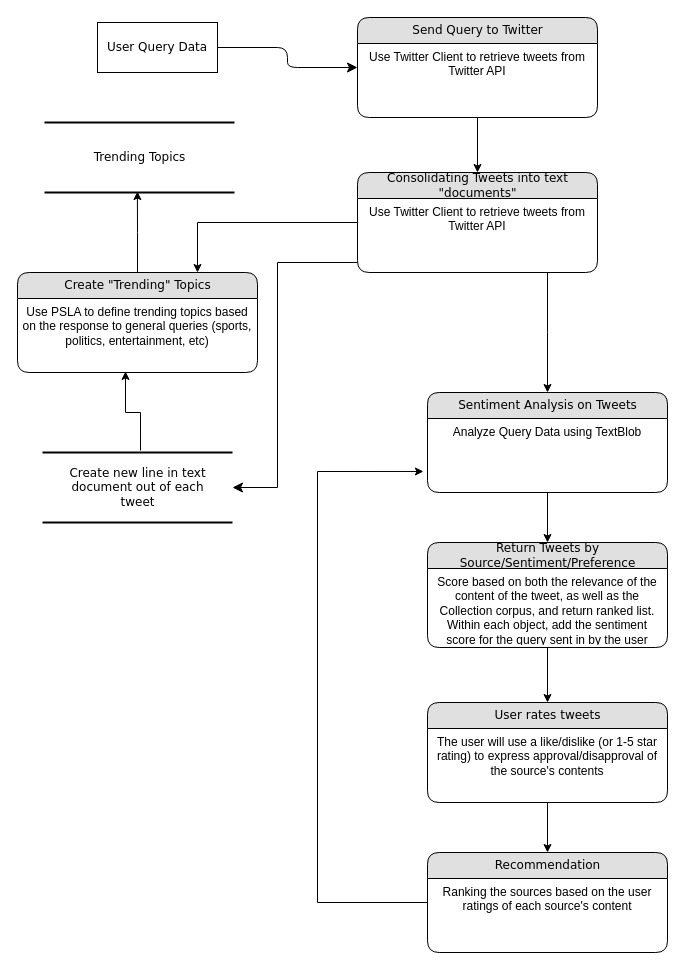
Above: page "Page-1" (1 of 2) of .docs/Arch+Process Dia.drawio in PeterWJefferson/CourseProject (draw.io), before the change. Source tidied: cells renumbered, new cells numbered last; positions are measured from the earlier drawing's top-left corner, leaving out a move shared by most shapes. Both pictures are drawn from the tidied source at 100%, with x=0, y=0 at pixel (17, 17).
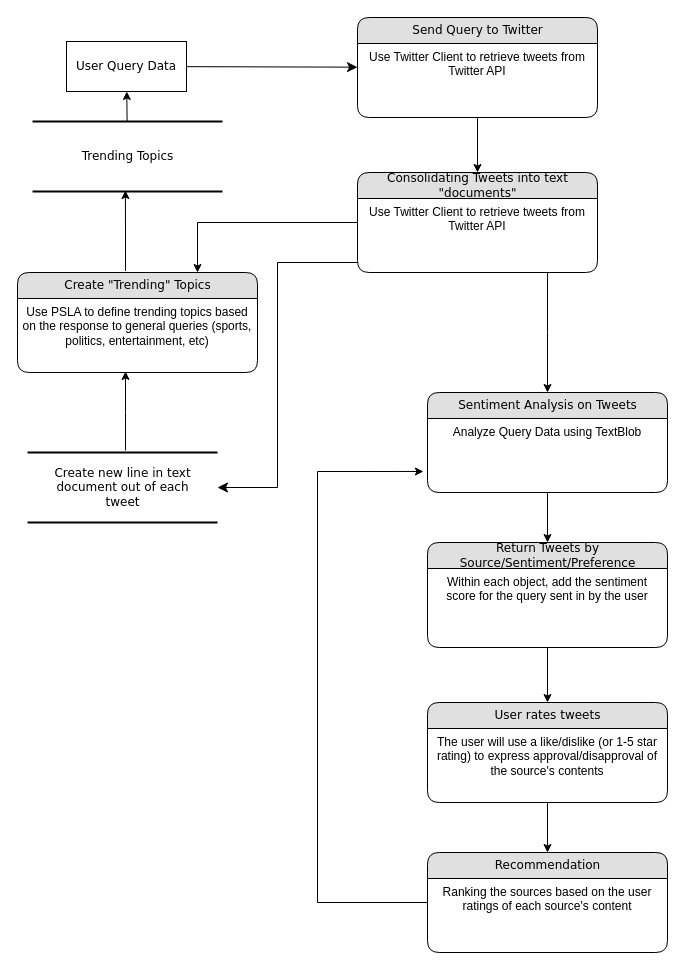
After the change.

The change refers to these unchanged cells:
```xml
<mxCell id="8" value="Send Query to Twitter" style="swimlane;html=1;fontStyle=0;horizontal=1;startSize=26;fillColor=#e0e0e0;swimlaneFillColor=#ffffff;align=center;rounded=1;shadow=0;comic=0;labelBackgroundColor=none;strokeWidth=1;fontFamily=Verdana;fontSize=12;" parent="1" vertex="1">
  <mxGeometry x="340" width="240" height="100" as="geometry" />
</mxCell>
<mxCell id="14" value="Return Tweets by&lt;br&gt;Source/Sentiment/Preference" style="swimlane;html=1;fontStyle=0;horizontal=1;startSize=26;fillColor=#e0e0e0;swimlaneFillColor=#ffffff;align=center;rounded=1;shadow=0;comic=0;labelBackgroundColor=none;strokeWidth=1;fontFamily=Verdana;fontSize=12;" parent="1" vertex="1">
  <mxGeometry x="410" y="525" width="240" height="105" as="geometry" />
</mxCell>
<mxCell id="27" value="Create &quot;Trending&quot; Topics" style="swimlane;html=1;fontStyle=0;horizontal=1;startSize=26;fillColor=#e0e0e0;swimlaneFillColor=#ffffff;align=center;rounded=1;shadow=0;comic=0;labelBackgroundColor=none;strokeWidth=1;fontFamily=Verdana;fontSize=12;" parent="1" vertex="1">
  <mxGeometry y="255" width="240" height="100" as="geometry" />
</mxCell>
```

Diff of the diagram source:
```diff
@@
     <mxCell id="3" value="Create new line in text&lt;br&gt;document out of each&lt;br&gt;tweet" style="html=1;rounded=0;shadow=0;comic=0;labelBackgroundColor=none;strokeWidth=2;fontFamily=Verdana;fontSize=12;align=center;shape=mxgraph.ios7ui.horLines;" parent="1" vertex="1">
-      <mxGeometry x="25" y="435" width="190" height="70" as="geometry" />
+      <mxGeometry x="10" y="435" width="190" height="70" as="geometry" />
     </mxCell>
-    <mxCell id="4" style="edgeStyle=orthogonalEdgeStyle;html=1;labelBackgroundColor=none;startFill=0;startSize=8;endFill=1;endSize=8;fontFamily=Verdana;fontSize=12;" parent="1" edge="1" source="5" target="8">
+    <mxCell id="4" style="html=1;labelBackgroundColor=none;startFill=0;startSize=8;endFill=1;endSize=8;fontFamily=Verdana;fontSize=12;" parent="1" edge="1" source="5" target="8">
       <mxGeometry relative="1" as="geometry" />
     </mxCell>
+    <mxCell id="30" style="edgeStyle=none;html=1;startArrow=classic;startFill=1;endArrow=none;endFill=0;" parent="1" edge="1" source="5" target="29">
+      <mxGeometry relative="1" as="geometry" />
+    </mxCell>
     <mxCell id="5" value="User Query Data" style="whiteSpace=wrap;html=1;rounded=0;shadow=0;comic=0;labelBackgroundColor=none;strokeWidth=1;fontFamily=Verdana;fontSize=12;align=center;" parent="1" vertex="1">
-      <mxGeometry x="80" y="5" width="120" height="50" as="geometry" />
+      <mxGeometry x="49" y="24" width="120" height="50" as="geometry" />
     </mxCell>
@@
-    <mxCell id="15" value="Score based on both the relevance of the content of the tweet, as well as the Collection corpus, and return ranked list. Within each object, add the sentiment score for the query sent in by the user" style="text;html=1;strokeColor=none;fillColor=none;spacingLeft=4;spacingRight=4;whiteSpace=wrap;overflow=hidden;align=center;" parent="14" vertex="1">
+    <mxCell id="15" value="Within each object, add the sentiment score for the query sent in by the user" style="text;html=1;strokeColor=none;fillColor=none;spacingLeft=4;spacingRight=4;whiteSpace=wrap;overflow=hidden;align=center;" parent="14" vertex="1">
       <mxGeometry y="26" width="240" height="74" as="geometry" />
     </mxCell>
@@
-    <mxCell id="26" style="edgeStyle=orthogonalEdgeStyle;rounded=0;jettySize=auto;html=1;entryX=0.489;entryY=0.986;entryDx=0;entryDy=0;entryPerimeter=0;" parent="1" edge="1" source="27" target="29">
+    <mxCell id="26" style="edgeStyle=orthogonalEdgeStyle;rounded=0;jettySize=auto;html=1;entryX=0.489;entryY=0.986;entryDx=0;entryDy=0;entryPerimeter=0;exitX=0.45;exitY=-0.015;exitDx=0;exitDy=0;exitPerimeter=0;" parent="1" edge="1" source="27" target="29">
       <mxGeometry relative="1" as="geometry" />
     </mxCell>
@@
     <mxCell id="29" value="Trending Topics" style="html=1;rounded=0;shadow=0;comic=0;labelBackgroundColor=none;strokeWidth=2;fontFamily=Verdana;fontSize=12;align=center;shape=mxgraph.ios7ui.horLines;" parent="1" vertex="1">
-      <mxGeometry x="27" y="105" width="190" height="70" as="geometry" />
+      <mxGeometry x="15" y="104" width="190" height="70" as="geometry" />
     </mxCell>
```
